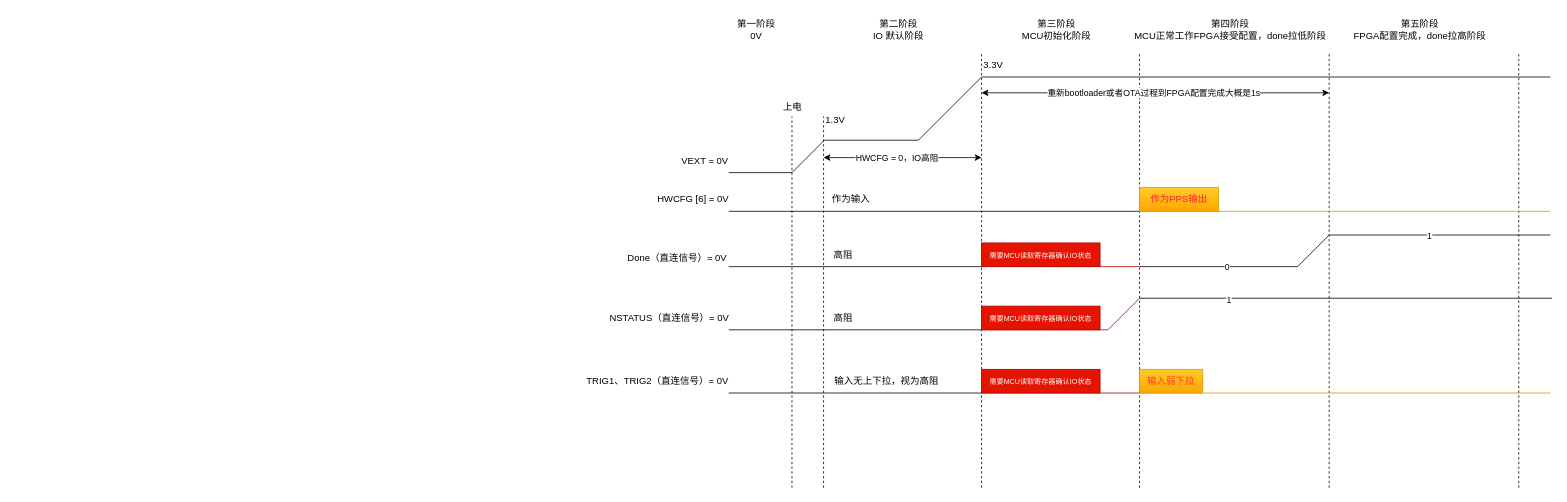
Earlier version of the draw.io diagram A11-IO系统测试.drawio (shenwangchong/learngit). Source tidied: cells renumbered, new cells numbered last; positions are measured from the earlier drawing's top-left corner, leaving out a move shared by most shapes. Both pictures are drawn from the tidied source at 79%, with x=0, y=0 at pixel (578, 13).
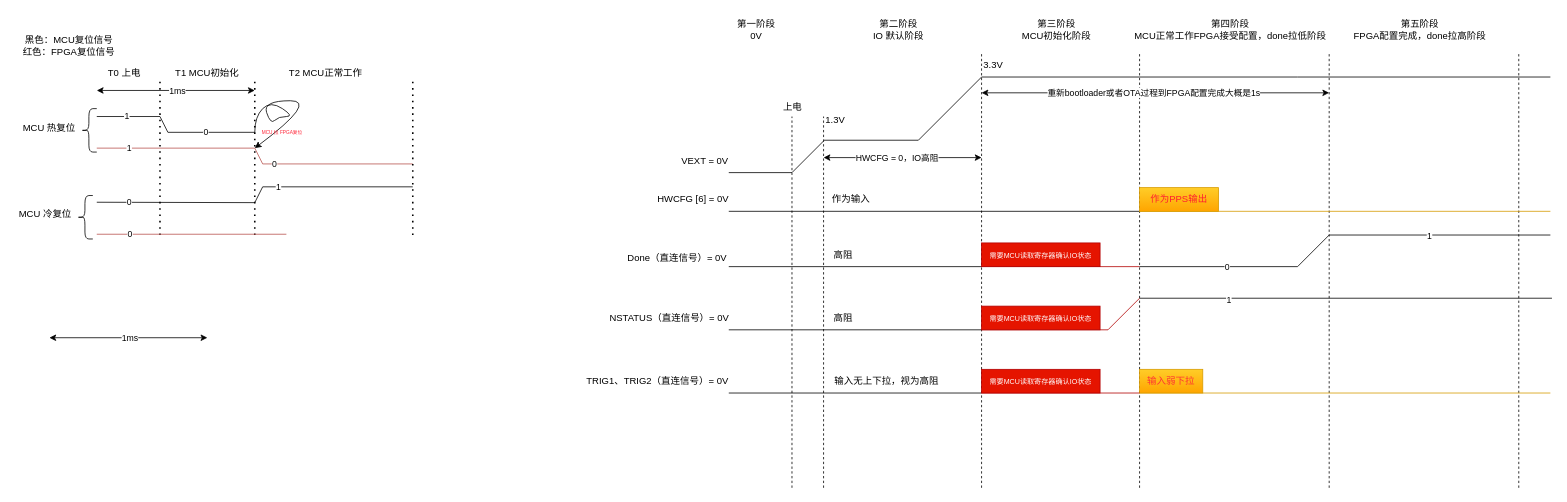
The same diagram, later.

Commit message:
更新A11-IO系统测试.drawio

What changed in the source:
```diff
@@
+    <mxCell id="58" value="MCU 热复位" style="text;html=1;whiteSpace=wrap;strokeColor=none;fillColor=none;align=center;verticalAlign=middle;rounded=0;" parent="1" vertex="1">
+      <mxGeometry x="-710" y="130" width="80" height="30" as="geometry" />
+    </mxCell>
+    <mxCell id="59" style="endArrow=none;dashed=1;html=1;dashPattern=1 3;strokeWidth=2;rounded=0;" parent="1" edge="1">
+      <mxGeometry relative="1" as="geometry">
+        <mxPoint x="-530" y="280" as="sourcePoint" />
+        <mxPoint x="-530" y="80" as="targetPoint" />
+      </mxGeometry>
+    </mxCell>
+    <mxCell id="60" style="endArrow=none;dashed=1;html=1;dashPattern=1 3;strokeWidth=2;rounded=0;" parent="1" edge="1">
+      <mxGeometry relative="1" as="geometry">
+        <mxPoint x="-410" y="280" as="sourcePoint" />
+        <mxPoint x="-410" y="80" as="targetPoint" />
+      </mxGeometry>
+    </mxCell>
+    <mxCell id="61" value="T0 上电" style="text;html=1;whiteSpace=wrap;strokeColor=none;fillColor=none;align=center;verticalAlign=middle;rounded=0;" parent="1" vertex="1">
+      <mxGeometry x="-605" y="60" width="60" height="30" as="geometry" />
+    </mxCell>
+    <mxCell id="62" value="T1 MCU初始化" style="text;html=1;whiteSpace=wrap;strokeColor=none;fillColor=none;align=center;verticalAlign=middle;rounded=0;" parent="1" vertex="1">
+      <mxGeometry x="-520" y="60" width="100" height="30" as="geometry" />
+    </mxCell>
+    <mxCell id="63" style="endArrow=none;html=1;rounded=0;fillColor=#f8cecc;strokeColor=#b85450;" parent="1" edge="1">
+      <mxGeometry relative="1" as="geometry">
+        <mxPoint x="-400" y="190" as="sourcePoint" />
+        <mxPoint x="-210" y="190" as="targetPoint" />
+      </mxGeometry>
+    </mxCell>
+    <mxCell id="64" value="0" style="edgeLabel;html=1;align=center;verticalAlign=middle;" parent="63" vertex="1">
+      <mxGeometry x="-0.85" relative="1" as="geometry" />
+    </mxCell>
+    <mxCell id="65" value="黑色：MCU复位信号&lt;div&gt;红色：FPGA复位信号&lt;/div&gt;" style="text;html=1;whiteSpace=wrap;strokeColor=none;fillColor=none;align=center;verticalAlign=middle;rounded=0;" parent="1" vertex="1">
+      <mxGeometry x="-715" y="20" width="140" height="40" as="geometry" />
+    </mxCell>
+    <mxCell id="66" value="MCU 冷复位" style="text;html=1;whiteSpace=wrap;strokeColor=none;fillColor=none;align=center;verticalAlign=middle;rounded=0;" parent="1" vertex="1">
+      <mxGeometry x="-715" y="239" width="80" height="30" as="geometry" />
+    </mxCell>
+    <mxCell id="67" style="shape=curlyBracket;whiteSpace=wrap;html=1;rounded=1;labelPosition=left;verticalLabelPosition=middle;align=right;verticalAlign=middle;" parent="1" vertex="1">
+      <mxGeometry x="-635" y="230" width="20" height="55" as="geometry" />
+    </mxCell>
+    <mxCell id="68" style="endArrow=none;html=1;rounded=0;fillColor=#f8cecc;strokeColor=#b85450;" parent="1" edge="1">
+      <mxGeometry relative="1" as="geometry">
+        <mxPoint x="-610" y="279" as="sourcePoint" />
+        <mxPoint x="-370" y="279" as="targetPoint" />
+      </mxGeometry>
+    </mxCell>
+    <mxCell id="69" value="0" style="edgeLabel;html=1;align=center;verticalAlign=middle;" parent="68" vertex="1">
+      <mxGeometry x="-0.66" y="-2" relative="1" as="geometry">
+        <mxPoint y="-3" as="offset" />
+      </mxGeometry>
+    </mxCell>
+    <mxCell id="70" style="endArrow=none;html=1;rounded=0;" parent="1" edge="1">
+      <mxGeometry relative="1" as="geometry">
+        <mxPoint x="-610" y="238.5" as="sourcePoint" />
+        <mxPoint x="-410" y="239" as="targetPoint" />
+      </mxGeometry>
+    </mxCell>
+    <mxCell id="71" value="0" style="edgeLabel;html=1;align=center;verticalAlign=middle;" parent="70" vertex="1">
+      <mxGeometry x="-0.6" y="1" relative="1" as="geometry" />
+    </mxCell>
+    <mxCell id="72" value="T2 MCU正常工作" style="text;html=1;whiteSpace=wrap;strokeColor=none;fillColor=none;align=center;verticalAlign=middle;rounded=0;" parent="1" vertex="1">
+      <mxGeometry x="-380" y="60" width="120" height="30" as="geometry" />
+    </mxCell>
+    <mxCell id="73" style="endArrow=none;html=1;rounded=0;" parent="1" edge="1">
+      <mxGeometry relative="1" as="geometry">
+        <mxPoint x="-410" y="239" as="sourcePoint" />
+        <mxPoint x="-400" y="219" as="targetPoint" />
+      </mxGeometry>
+    </mxCell>
+    <mxCell id="74" style="endArrow=none;html=1;rounded=0;" parent="1" edge="1">
+      <mxGeometry relative="1" as="geometry">
+        <mxPoint x="-400" y="219" as="sourcePoint" />
+        <mxPoint x="-210" y="219" as="targetPoint" />
+      </mxGeometry>
+    </mxCell>
+    <mxCell id="75" value="1" style="edgeLabel;html=1;align=center;verticalAlign=middle;" parent="74" vertex="1">
+      <mxGeometry x="-0.8" relative="1" as="geometry" />
+    </mxCell>
+    <mxCell id="76" style="endArrow=classic;startArrow=classic;html=1;rounded=0;" parent="1" edge="1">
+      <mxGeometry relative="1" as="geometry">
+        <mxPoint x="-610" y="97" as="sourcePoint" />
+        <mxPoint x="-410" y="97" as="targetPoint" />
+      </mxGeometry>
+    </mxCell>
+    <mxCell id="77" value="1ms" style="edgeLabel;html=1;align=center;verticalAlign=middle;" parent="76" vertex="1">
+      <mxGeometry x="0.16" relative="1" as="geometry">
+        <mxPoint x="-15" as="offset" />
+      </mxGeometry>
+    </mxCell>
+    <mxCell id="78" style="endArrow=none;dashed=1;html=1;dashPattern=1 3;strokeWidth=2;rounded=0;" parent="1" edge="1">
+      <mxGeometry relative="1" as="geometry">
+        <mxPoint x="-210" y="280" as="sourcePoint" />
+        <mxPoint x="-210" y="80" as="targetPoint" />
+      </mxGeometry>
+    </mxCell>
+    <mxCell id="79" style="endArrow=classic;startArrow=classic;html=1;rounded=0;" parent="1" edge="1">
+      <mxGeometry relative="1" as="geometry">
+        <mxPoint x="-670" y="410" as="sourcePoint" />
+        <mxPoint x="-470" y="410" as="targetPoint" />
+      </mxGeometry>
+    </mxCell>
+    <mxCell id="80" value="1ms" style="edgeLabel;html=1;align=center;verticalAlign=middle;" parent="79" vertex="1">
+      <mxGeometry x="0.16" relative="1" as="geometry">
+        <mxPoint x="-15" as="offset" />
+      </mxGeometry>
+    </mxCell>
+    <mxCell id="81" style="endArrow=none;html=1;rounded=0;fillColor=#f8cecc;strokeColor=#b85450;" parent="1" edge="1">
+      <mxGeometry relative="1" as="geometry">
+        <mxPoint x="-610" y="170" as="sourcePoint" />
+        <mxPoint x="-410" y="170" as="targetPoint" />
+      </mxGeometry>
+    </mxCell>
+    <mxCell id="82" value="1" style="edgeLabel;html=1;align=center;verticalAlign=middle;" parent="81" vertex="1">
+      <mxGeometry x="-0.6" y="1" relative="1" as="geometry" />
+    </mxCell>
+    <mxCell id="83" style="endArrow=none;html=1;rounded=0;fillColor=#f8cecc;strokeColor=#b85450;" parent="1" edge="1">
+      <mxGeometry relative="1" as="geometry">
+        <mxPoint x="-410" y="170" as="sourcePoint" />
+        <mxPoint x="-400" y="190" as="targetPoint" />
+      </mxGeometry>
+    </mxCell>
+    <mxCell id="84" style="endArrow=none;html=1;rounded=0;" parent="1" edge="1">
+      <mxGeometry relative="1" as="geometry">
+        <mxPoint x="-610" y="130" as="sourcePoint" />
+        <mxPoint x="-530" y="130" as="targetPoint" />
+      </mxGeometry>
+    </mxCell>
+    <mxCell id="85" value="1" style="edgeLabel;html=1;align=center;verticalAlign=middle;" parent="84" vertex="1">
+      <mxGeometry x="-0.07" y="2" relative="1" as="geometry" />
+    </mxCell>
+    <mxCell id="86" style="endArrow=none;html=1;rounded=0;" parent="1" edge="1">
+      <mxGeometry relative="1" as="geometry">
+        <mxPoint x="-530" y="130" as="sourcePoint" />
+        <mxPoint x="-520" y="150" as="targetPoint" />
+      </mxGeometry>
+    </mxCell>
+    <mxCell id="87" style="endArrow=none;html=1;rounded=0;" parent="1" edge="1">
+      <mxGeometry relative="1" as="geometry">
+        <mxPoint x="-520" y="150" as="sourcePoint" />
+        <mxPoint x="-410" y="150" as="targetPoint" />
+      </mxGeometry>
+    </mxCell>
+    <mxCell id="88" value="0" style="edgeLabel;html=1;align=center;verticalAlign=middle;" parent="87" vertex="1">
+      <mxGeometry x="-0.14" y="1" relative="1" as="geometry" />
+    </mxCell>
+    <mxCell id="89" style="curved=1;curveGeometry=1;endArrow=classic;html=1;rounded=0;" parent="1" edge="1">
+      <mxGeometry x="-0.27" relative="1" as="geometry">
+        <mxPoint x="-410" y="150" as="sourcePoint" />
+        <mxPoint x="-410" y="170" as="targetPoint" />
+        <Array as="points">
+          <mxPoint x="-410" y="130" />
+          <mxPoint x="-390" y="110" />
+          <mxPoint x="-360" y="130" />
+          <mxPoint x="-380" y="130" />
+          <mxPoint x="-390" y="140" />
+          <mxPoint x="-400" y="110" />
+          <mxPoint x="-330" y="110" />
+        </Array>
+      </mxGeometry>
+    </mxCell>
+    <mxCell id="90" style="shape=curlyBracket;whiteSpace=wrap;html=1;rounded=1;labelPosition=left;verticalLabelPosition=middle;align=right;verticalAlign=middle;" parent="1" vertex="1">
+      <mxGeometry x="-630" y="120" width="20" height="55" as="geometry" />
+    </mxCell>
+    <mxCell id="91" value="&lt;span style=&quot;color: rgb(255, 29, 48);&quot;&gt;&lt;font style=&quot;font-size: 6px;&quot;&gt;MCU 拉 FPGA复位&lt;/font&gt;&lt;/span&gt;" style="text;html=1;whiteSpace=wrap;strokeColor=none;fillColor=none;align=center;verticalAlign=middle;rounded=0;" parent="1" vertex="1">
+      <mxGeometry x="-410" y="132.5" width="70" height="30" as="geometry" />
+    </mxCell>
```
